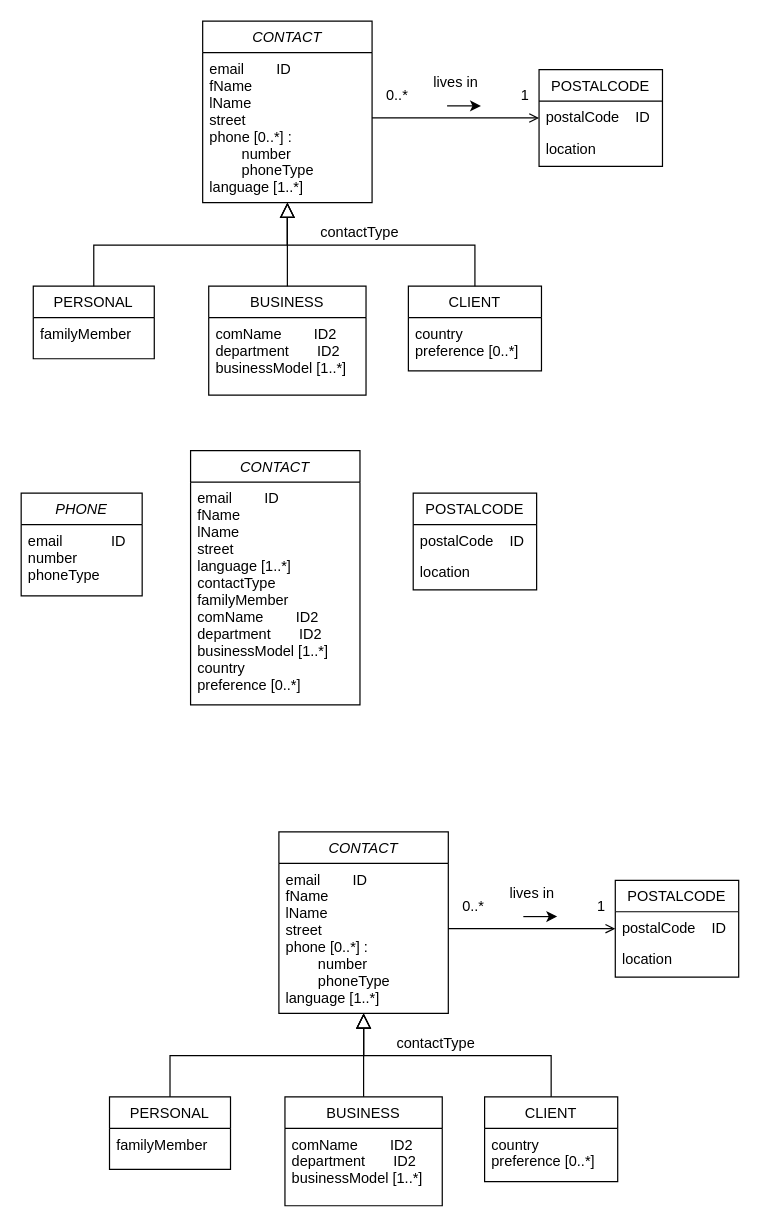
The draw.io diagram Untitled Diagram.drawio in Levaote/chart, before the edit. Source tidied: cells renumbered, new cells numbered last; positions are measured from the earlier drawing's top-left corner, leaving out a move shared by most shapes. Both pictures are drawn from the tidied source at 121%, with x=0, y=0 at pixel (21, 21).
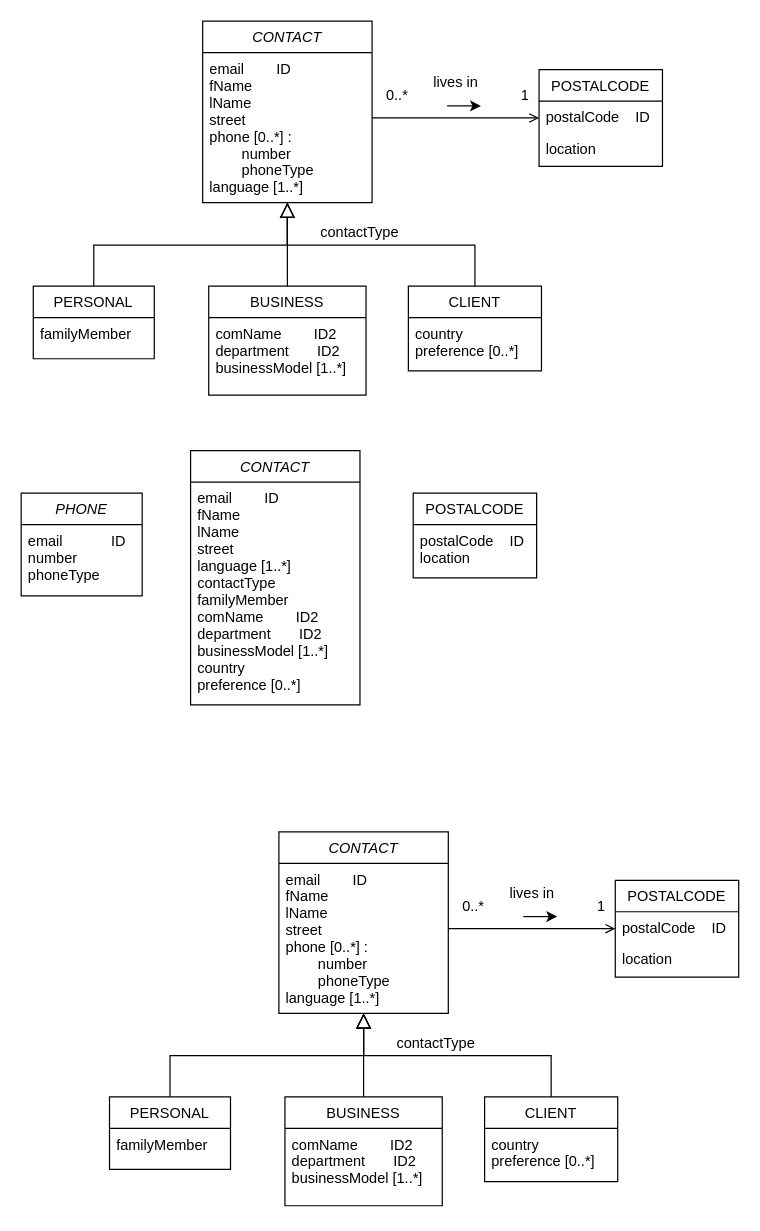
The same page after the edit.

Diff of the diagram source:
```diff
@@
     <mxCell id="26" value="POSTALCODE" style="swimlane;fontStyle=0;align=center;verticalAlign=top;horizontal=1;startSize=26;rounded=0;shadow=0;strokeWidth=1;" parent="1" vertex="1">
-      <mxGeometry x="324" y="390" width="102" height="80" as="geometry" />
+      <mxGeometry x="324" y="390" width="102" height="70" as="geometry" />
     </mxCell>
-    <mxCell id="27" value="postalCode    ID" style="text;align=left;verticalAlign=top;spacingLeft=4;spacingRight=4;overflow=hidden;" parent="26" vertex="1">
-      <mxGeometry y="26" width="102" height="26" as="geometry" />
+    <mxCell id="27" value="postalCode    ID&#10;location" style="text;align=left;verticalAlign=top;spacingLeft=4;spacingRight=4;overflow=hidden;" parent="26" vertex="1">
+      <mxGeometry y="26" width="102" height="44" as="geometry" />
     </mxCell>
-    <mxCell id="28" value="location" style="text;align=left;verticalAlign=top;spacingLeft=4;spacingRight=4;overflow=hidden;rounded=0;shadow=0;html=0;" parent="26" vertex="1">
-      <mxGeometry y="52" width="102" height="26" as="geometry" />
-    </mxCell>
```
